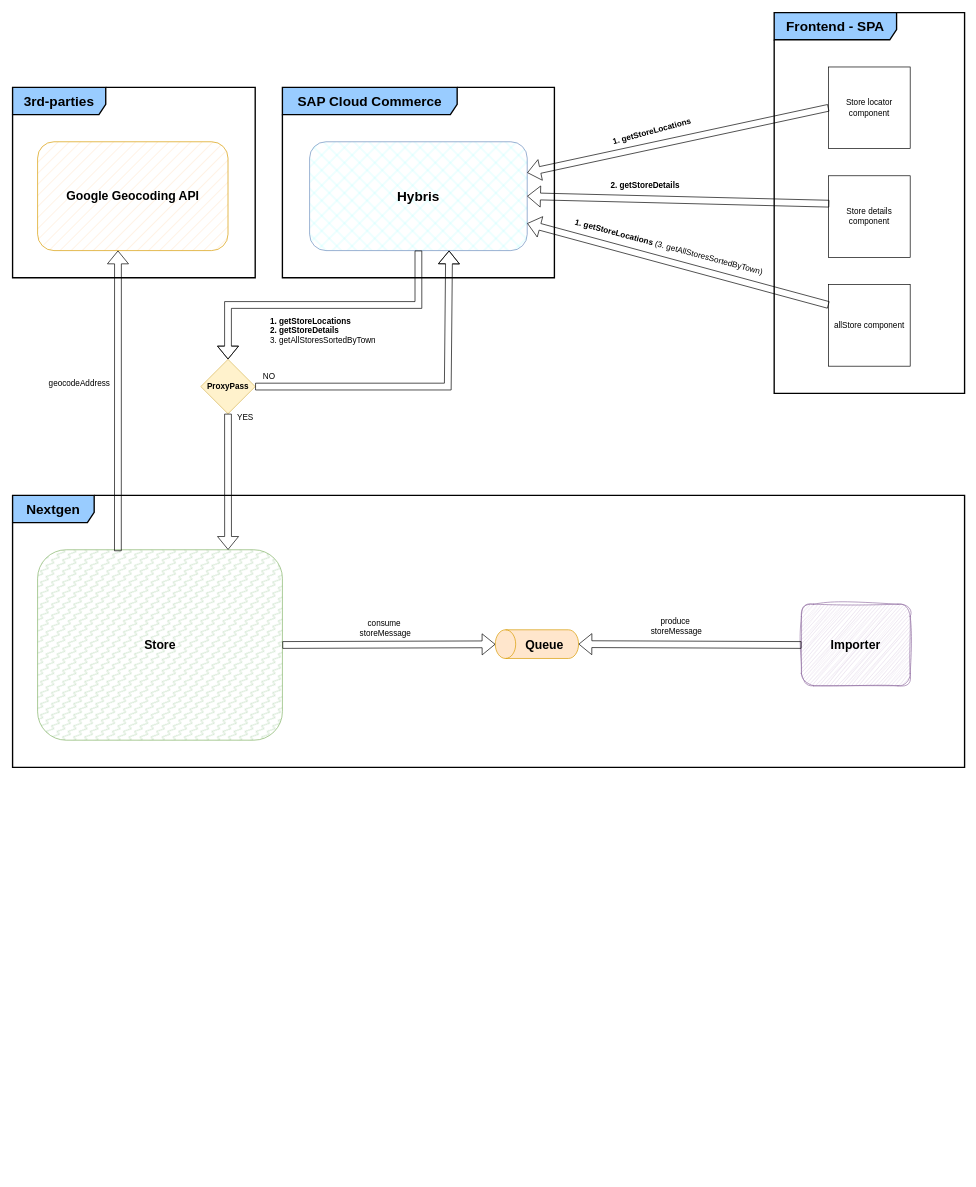
This is graphs/store-macroservice.drawio from d-figuccia/draw-io, a draw.io file, before an edit. Source tidied: cells renumbered, new cells numbered last; positions are measured from the earlier drawing's top-left corner, leaving out a move shared by most shapes. Both pictures are drawn from the tidied source at 68%, with x=0, y=0 at pixel (12, 12).
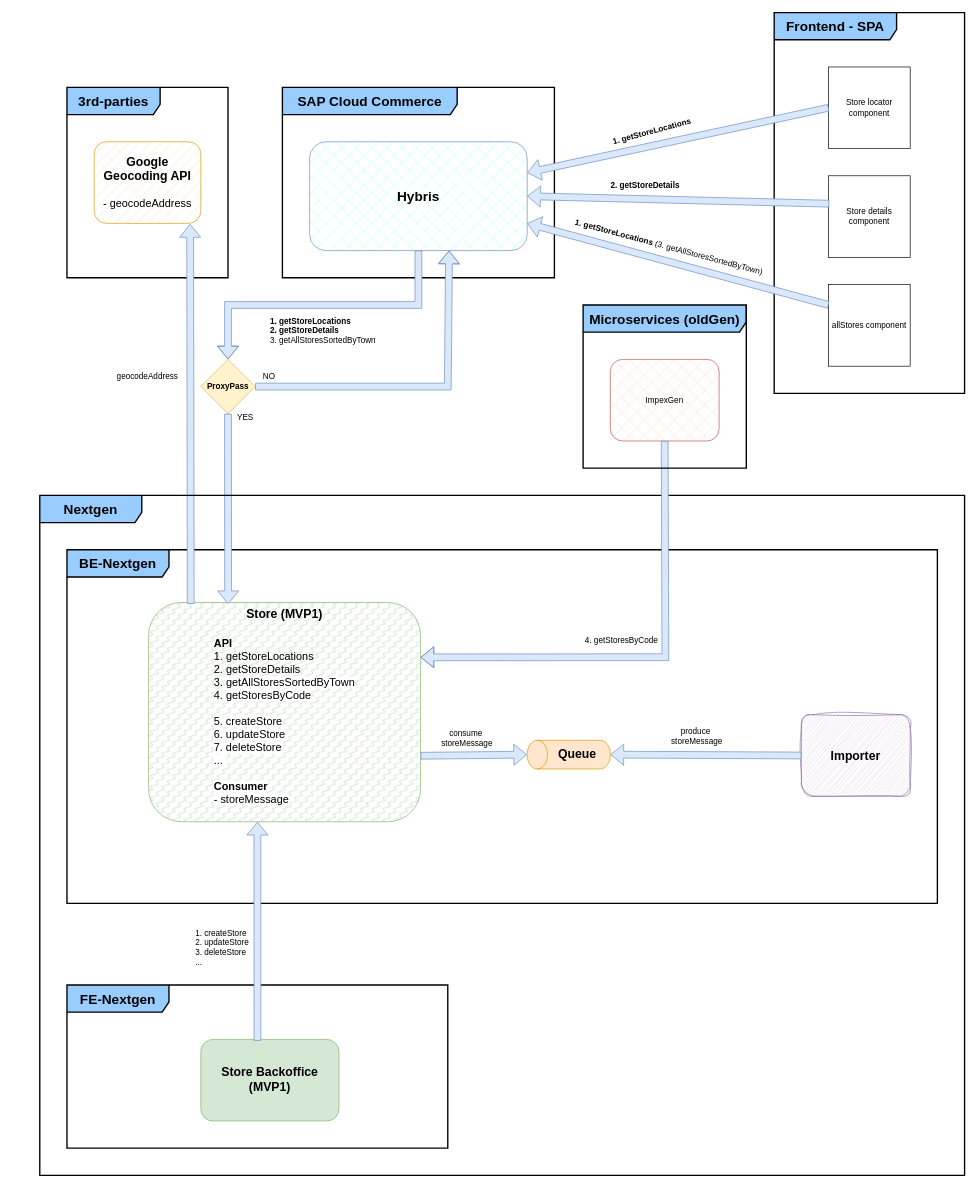
After the change.

Unchanged cells that the change refers to:
```xml
<mxCell id="14" value="&lt;font style=&quot;font-size: 20px;&quot;&gt;Hybris&lt;/font&gt;" style="rounded=1;whiteSpace=wrap;html=1;fillStyle=cross-hatch;fillColor=#99FFFF;strokeColor=#6c8ebf;fontSize=18;fontStyle=1;verticalAlign=middle;" parent="1" vertex="1">
  <mxGeometry x="436.8" y="190" width="320" height="160" as="geometry" />
</mxCell>
<mxCell id="17" value="&lt;b&gt;ProxyPass&lt;/b&gt;" style="rhombus;whiteSpace=wrap;html=1;fillColor=#fff2cc;strokeColor=#d6b656;fillStyle=solid;" parent="1" vertex="1">
  <mxGeometry x="276.8" y="510" width="80" height="80" as="geometry" />
</mxCell>
<mxCell id="22" value="Store locator component" style="whiteSpace=wrap;html=1;" parent="1" vertex="1">
  <mxGeometry x="1200" y="80" width="120" height="120" as="geometry" />
</mxCell>
<mxCell id="24" value="Store details component" style="whiteSpace=wrap;html=1;" parent="1" vertex="1">
  <mxGeometry x="1200" y="240" width="120" height="120" as="geometry" />
</mxCell>
```

What changed in the source:
```diff
@@
     <mxCell id="2" value="&lt;span style=&quot;font-size: 18px; font-weight: 700; text-align: left;&quot;&gt;Importer&lt;/span&gt;" style="rounded=1;whiteSpace=wrap;html=1;sketch=1;curveFitting=1;jiggle=2;glass=0;shadow=0;fillColor=#e1d5e7;strokeColor=#9673a6;" parent="1" vertex="1">
-      <mxGeometry x="1160" y="870" width="160" height="120" as="geometry" />
+      <mxGeometry x="1160" y="1032.5" width="160" height="120" as="geometry" />
     </mxCell>
     <mxCell id="3" value="&lt;div style=&quot;text-align: left;&quot;&gt;&lt;br&gt;&lt;/div&gt;" style="shape=cylinder3;whiteSpace=wrap;html=1;boundedLbl=1;backgroundOutline=1;size=15;rotation=-90;fillColor=#ffe6cc;fillStyle=solid;strokeColor=#d79b00;" parent="1" vertex="1">
-      <mxGeometry x="750" y="867.5" width="42.2" height="122.5" as="geometry" />
+      <mxGeometry x="796.8" y="1030" width="42.2" height="122.5" as="geometry" />
     </mxCell>
     <mxCell id="4" value="&lt;span style=&quot;font-size: 18px; font-weight: 700; text-align: left; text-wrap: wrap;&quot;&gt;Queue&lt;/span&gt;" style="text;html=1;align=center;verticalAlign=middle;strokeColor=none;fillColor=none;" parent="1" vertex="1">
-      <mxGeometry x="741.8" y="910" width="80" height="40" as="geometry" />
+      <mxGeometry x="790" y="1071.2" width="80" height="40" as="geometry" />
     </mxCell>
-    <mxCell id="5" style="shape=flexArrow;endArrow=classic;html=1;rounded=0;exitX=0;exitY=0.5;exitDx=0;exitDy=0;entryX=0.5;entryY=1;entryDx=0;entryDy=0;entryPerimeter=0;" parent="1" edge="1" source="2" target="3">
+    <mxCell id="5" style="shape=flexArrow;endArrow=classic;html=1;rounded=0;exitX=0;exitY=0.5;exitDx=0;exitDy=0;entryX=0.5;entryY=1;entryDx=0;entryDy=0;entryPerimeter=0;fillColor=#dae8fc;strokeColor=#6c8ebf;" parent="1" edge="1" source="2" target="3">
       <mxGeometry relative="1" as="geometry" />
     </mxCell>
@@
-    <mxCell id="7" value="&lt;span style=&quot;font-size: 18px; font-weight: 700; text-align: left;&quot;&gt;Store&lt;/span&gt;" style="rounded=1;whiteSpace=wrap;html=1;glass=0;shadow=0;fillColor=#d5e8d4;strokeColor=#82b366;fillStyle=zigzag;" parent="1" vertex="1">
-      <mxGeometry x="36.8" y="790" width="360" height="280" as="geometry" />
+    <mxCell id="7" value="&lt;span style=&quot;font-size: 18px; font-weight: 700; text-align: left;&quot;&gt;Store (MVP1)&lt;/span&gt;&lt;div&gt;&lt;span style=&quot;font-size: 18px; font-weight: 700; text-align: left;&quot;&gt;&lt;br&gt;&lt;/span&gt;&lt;/div&gt;&lt;div style=&quot;text-align: left; font-size: 16px;&quot;&gt;&lt;font style=&quot;font-size: 16px;&quot;&gt;&lt;b&gt;API&lt;/b&gt;&lt;/font&gt;&lt;/div&gt;&lt;div style=&quot;text-align: left; font-size: 16px;&quot;&gt;&lt;font style=&quot;font-size: 16px;&quot;&gt;1.&amp;nbsp;&lt;span style=&quot;background-color: initial; text-align: center; text-wrap: nowrap;&quot;&gt;getStoreLocations&lt;/span&gt;&lt;/font&gt;&lt;/div&gt;&lt;div style=&quot;text-align: left; font-size: 16px;&quot;&gt;&lt;font style=&quot;font-size: 16px;&quot;&gt;&lt;span style=&quot;&quot;&gt;2.&amp;nbsp;&lt;/span&gt;&lt;span style=&quot;background-color: initial; text-align: center; text-wrap: nowrap;&quot;&gt;getStoreDetails&lt;/span&gt;&lt;/font&gt;&lt;/div&gt;&lt;div style=&quot;text-align: left; font-size: 16px;&quot;&gt;&lt;font style=&quot;font-size: 16px;&quot;&gt;3.&amp;nbsp;&lt;span style=&quot;background-color: rgb(255, 255, 255); text-wrap: nowrap; text-align: center;&quot;&gt;getAllStoresSortedByTown&lt;/span&gt;&lt;/font&gt;&lt;/div&gt;&lt;div style=&quot;text-align: left; font-size: 16px;&quot;&gt;&lt;font style=&quot;font-size: 16px;&quot;&gt;&lt;span style=&quot;background-color: rgb(255, 255, 255); text-wrap: nowrap; text-align: center;&quot;&gt;4.&amp;nbsp;&lt;/span&gt;&lt;/font&gt;&lt;span style=&quot;background-color: rgb(255, 255, 255); text-wrap: nowrap; text-align: center;&quot;&gt;getStoresByCode&lt;/span&gt;&lt;/div&gt;&lt;div style=&quot;text-align: left; font-size: 16px;&quot;&gt;&lt;font style=&quot;font-size: 16px;&quot;&gt;&lt;span style=&quot;background-color: rgb(255, 255, 255); text-wrap: nowrap; text-align: center;&quot;&gt;&lt;br&gt;&lt;/span&gt;&lt;/font&gt;&lt;/div&gt;&lt;div style=&quot;text-align: left; font-size: 16px;&quot;&gt;&lt;font style=&quot;font-size: 16px;&quot;&gt;&lt;span style=&quot;background-color: rgb(255, 255, 255); text-wrap: nowrap; text-align: center;&quot;&gt;5. createStore&lt;/span&gt;&lt;/font&gt;&lt;/div&gt;&lt;div style=&quot;text-align: left; font-size: 16px;&quot;&gt;&lt;font style=&quot;font-size: 16px;&quot;&gt;&lt;span style=&quot;background-color: rgb(255, 255, 255); text-wrap: nowrap; text-align: center;&quot;&gt;6. updateStore&lt;/span&gt;&lt;/font&gt;&lt;/div&gt;&lt;div style=&quot;text-align: left; font-size: 16px;&quot;&gt;&lt;font style=&quot;font-size: 16px;&quot;&gt;&lt;span style=&quot;background-color: rgb(255, 255, 255); text-wrap: nowrap; text-align: center;&quot;&gt;7. deleteStore&lt;/span&gt;&lt;/font&gt;&lt;/div&gt;&lt;div style=&quot;text-align: left; font-size: 16px;&quot;&gt;&lt;font style=&quot;font-size: 16px;&quot;&gt;&lt;span style=&quot;background-color: rgb(255, 255, 255); text-wrap: nowrap; text-align: center;&quot;&gt;...&lt;/span&gt;&lt;/font&gt;&lt;span style=&quot;background-color: rgb(255, 255, 255); text-align: center; text-wrap: nowrap;&quot;&gt;&amp;nbsp;&lt;/span&gt;&lt;/div&gt;&lt;div style=&quot;text-align: left; font-size: 16px;&quot;&gt;&lt;font style=&quot;font-size: 16px;&quot;&gt;&lt;span style=&quot;background-color: rgb(255, 255, 255); text-wrap: nowrap; text-align: center;&quot;&gt;&lt;br&gt;&lt;/span&gt;&lt;/font&gt;&lt;/div&gt;&lt;div style=&quot;text-align: left; font-size: 16px;&quot;&gt;&lt;font style=&quot;font-size: 16px;&quot;&gt;&lt;span style=&quot;background-color: rgb(255, 255, 255); text-wrap: nowrap; text-align: center;&quot;&gt;&lt;b&gt;Consumer&lt;/b&gt;&lt;/span&gt;&lt;/font&gt;&lt;/div&gt;&lt;div style=&quot;text-align: left; font-size: 16px;&quot;&gt;&lt;font style=&quot;font-size: 16px;&quot;&gt;&lt;span style=&quot;background-color: rgb(255, 255, 255); text-wrap: nowrap; text-align: center;&quot;&gt;- storeMessage&lt;/span&gt;&lt;/font&gt;&lt;/div&gt;" style="rounded=1;whiteSpace=wrap;html=1;glass=0;shadow=0;fillColor=#d5e8d4;strokeColor=#82b366;fillStyle=zigzag;verticalAlign=top;" parent="1" vertex="1">
+      <mxGeometry x="200" y="867.5" width="400" height="322.5" as="geometry" />
     </mxCell>
-    <mxCell id="8" style="shape=flexArrow;endArrow=classic;html=1;rounded=0;exitX=1;exitY=0.5;exitDx=0;exitDy=0;" parent="1" edge="1" source="7">
-      <mxGeometry relative="1" as="geometry">
-        <mxPoint x="710" y="929" as="targetPoint" />
-      </mxGeometry>
+    <mxCell id="8" style="shape=flexArrow;endArrow=classic;html=1;rounded=0;entryX=0.5;entryY=0;entryDx=0;entryDy=0;entryPerimeter=0;fillColor=#dae8fc;strokeColor=#6c8ebf;exitX=1;exitY=0.699;exitDx=0;exitDy=0;exitPerimeter=0;" parent="1" edge="1" source="7" target="3">
+      <mxGeometry relative="1" as="geometry" />
     </mxCell>
     <mxCell id="9" value="consume&amp;nbsp;&lt;div style=&quot;font-size: 12px;&quot;&gt;storeMessage&lt;/div&gt;" style="edgeLabel;html=1;align=center;verticalAlign=middle;fontSize=12;" parent="1" vertex="1">
-      <mxGeometry x="580" y="870" as="geometry">
+      <mxGeometry x="700" y="1032.5" as="geometry">
         <mxPoint x="-33" y="34" as="offset" />
       </mxGeometry>
     </mxCell>
-    <mxCell id="10" value="&lt;font style=&quot;font-size: 18px;&quot;&gt;&lt;b&gt;Google Geocoding API&lt;/b&gt;&lt;/font&gt;" style="rounded=1;whiteSpace=wrap;html=1;fillColor=#ffe6cc;strokeColor=#d79b00;fillStyle=hatch;" parent="1" vertex="1">
-      <mxGeometry x="36.8" y="190" width="280" height="160" as="geometry" />
+    <mxCell id="10" value="&lt;font style=&quot;font-size: 18px;&quot;&gt;&lt;b&gt;Google Geocoding API&lt;/b&gt;&lt;/font&gt;&lt;div&gt;&lt;font size=&quot;1&quot; style=&quot;&quot;&gt;&lt;span style=&quot;font-size: 16px;&quot;&gt;&amp;nbsp;&lt;/span&gt;&lt;/font&gt;&lt;/div&gt;&lt;div&gt;&lt;font size=&quot;1&quot; style=&quot;&quot;&gt;&lt;span style=&quot;font-size: 16px;&quot;&gt;- geocodeAddress&lt;/span&gt;&lt;/font&gt;&lt;/div&gt;" style="rounded=1;whiteSpace=wrap;html=1;fillColor=#ffe6cc;strokeColor=#d79b00;fillStyle=hatch;" parent="1" vertex="1">
+      <mxGeometry x="120" y="190" width="156.8" height="120" as="geometry" />
     </mxCell>
-    <mxCell id="11" value="Nextgen" style="shape=umlFrame;whiteSpace=wrap;html=1;width=120;height=40;strokeWidth=2;fillColor=#99CCFF;fontStyle=1;fontSize=20;" parent="1" vertex="1">
-      <mxGeometry y="710" width="1400" height="400" as="geometry" />
+    <mxCell id="11" value="BE-Nextgen" style="shape=umlFrame;whiteSpace=wrap;html=1;width=150;height=40;strokeWidth=2;fillColor=#99CCFF;fontStyle=1;fontSize=20;" parent="1" vertex="1">
+      <mxGeometry x="80" y="790" width="1280" height="520" as="geometry" />
     </mxCell>
     <mxCell id="12" value="3rd-parties" style="shape=umlFrame;whiteSpace=wrap;html=1;width=137;height=40;strokeWidth=2;fillColor=#99CCFF;fontStyle=1;fontSize=20;" parent="1" vertex="1">
-      <mxGeometry y="110" width="356.8" height="280" as="geometry" />
+      <mxGeometry x="80" y="110" width="236.8" height="280" as="geometry" />
     </mxCell>
@@
-    <mxCell id="15" style="shape=flexArrow;endArrow=classic;html=1;rounded=0;exitX=0.328;exitY=0.007;exitDx=0;exitDy=0;exitPerimeter=0;" parent="1" edge="1" source="7">
-      <mxGeometry relative="1" as="geometry">
-        <mxPoint x="155" y="350" as="targetPoint" />
-      </mxGeometry>
+    <mxCell id="15" style="shape=flexArrow;endArrow=classic;html=1;rounded=0;entryX=0.9;entryY=1.008;entryDx=0;entryDy=0;entryPerimeter=0;exitX=0.155;exitY=0.006;exitDx=0;exitDy=0;exitPerimeter=0;fillColor=#dae8fc;strokeColor=#6c8ebf;" parent="1" edge="1" source="7" target="10">
+      <mxGeometry relative="1" as="geometry" />
     </mxCell>
     <mxCell id="16" value="geocodeAddress" style="edgeLabel;html=1;align=center;verticalAlign=middle;fontSize=12;" parent="1" vertex="1">
-      <mxGeometry x="130" y="510" as="geometry">
+      <mxGeometry x="230" y="500" as="geometry">
         <mxPoint x="-33" y="34" as="offset" />
       </mxGeometry>
     </mxCell>
@@
-    <mxCell id="18" style="shape=flexArrow;endArrow=classic;html=1;rounded=0;exitX=0.5;exitY=1;exitDx=0;exitDy=0;entryX=0.5;entryY=0;entryDx=0;entryDy=0;" parent="1" edge="1" source="14" target="17">
+    <mxCell id="18" style="shape=flexArrow;endArrow=classic;html=1;rounded=0;exitX=0.5;exitY=1;exitDx=0;exitDy=0;entryX=0.5;entryY=0;entryDx=0;entryDy=0;fillColor=#dae8fc;strokeColor=#6c8ebf;" parent="1" edge="1" source="14" target="17">
       <mxGeometry relative="1" as="geometry">
         <Array as="points">
           <mxPoint x="596.8" y="430" />
           <mxPoint x="316.8" y="430" />
         </Array>
       </mxGeometry>
     </mxCell>
@@
-    <mxCell id="25" value="allStore component" style="whiteSpace=wrap;html=1;" parent="1" vertex="1">
+    <mxCell id="25" value="allStores component" style="whiteSpace=wrap;html=1;" parent="1" vertex="1">
       <mxGeometry x="1200" y="400" width="120" height="120" as="geometry" />
     </mxCell>
-    <mxCell id="26" style="shape=flexArrow;endArrow=classic;html=1;rounded=0;exitX=0;exitY=0.5;exitDx=0;exitDy=0;" parent="1" edge="1" source="22" target="14">
+    <mxCell id="26" style="shape=flexArrow;endArrow=classic;html=1;rounded=0;exitX=0;exitY=0.5;exitDx=0;exitDy=0;fillColor=#dae8fc;strokeColor=#6c8ebf;" parent="1" edge="1" source="22" target="14">
       <mxGeometry relative="1" as="geometry" />
     </mxCell>
-    <mxCell id="27" style="shape=flexArrow;endArrow=classic;html=1;rounded=0;exitX=0.008;exitY=0.342;exitDx=0;exitDy=0;entryX=1;entryY=0.5;entryDx=0;entryDy=0;exitPerimeter=0;" parent="1" edge="1" source="24" target="14">
+    <mxCell id="27" style="shape=flexArrow;endArrow=classic;html=1;rounded=0;exitX=0.008;exitY=0.342;exitDx=0;exitDy=0;entryX=1;entryY=0.5;entryDx=0;entryDy=0;exitPerimeter=0;fillColor=#dae8fc;strokeColor=#6c8ebf;" parent="1" edge="1" source="24" target="14">
       <mxGeometry relative="1" as="geometry" />
     </mxCell>
-    <mxCell id="28" style="shape=flexArrow;endArrow=classic;html=1;rounded=0;exitX=0;exitY=0.25;exitDx=0;exitDy=0;entryX=1;entryY=0.75;entryDx=0;entryDy=0;" parent="1" edge="1" source="25" target="14">
+    <mxCell id="28" style="shape=flexArrow;endArrow=classic;html=1;rounded=0;exitX=0;exitY=0.25;exitDx=0;exitDy=0;entryX=1;entryY=0.75;entryDx=0;entryDy=0;fillColor=#dae8fc;strokeColor=#6c8ebf;" parent="1" edge="1" source="25" target="14">
       <mxGeometry relative="1" as="geometry" />
     </mxCell>
@@
-    <mxCell id="32" style="shape=flexArrow;endArrow=classic;html=1;rounded=0;exitX=1;exitY=0.5;exitDx=0;exitDy=0;entryX=0.641;entryY=1;entryDx=0;entryDy=0;entryPerimeter=0;" parent="1" edge="1" source="17" target="14">
+    <mxCell id="32" style="shape=flexArrow;endArrow=classic;html=1;rounded=0;exitX=1;exitY=0.5;exitDx=0;exitDy=0;entryX=0.641;entryY=1;entryDx=0;entryDy=0;entryPerimeter=0;fillColor=#dae8fc;strokeColor=#6c8ebf;" parent="1" edge="1" source="17" target="14">
       <mxGeometry relative="1" as="geometry">
         <Array as="points">
           <mxPoint x="640" y="550" />
         </Array>
       </mxGeometry>
     </mxCell>
-    <mxCell id="33" style="shape=flexArrow;endArrow=classic;html=1;rounded=0;exitX=0.5;exitY=1;exitDx=0;exitDy=0;entryX=0.778;entryY=0;entryDx=0;entryDy=0;entryPerimeter=0;" parent="1" edge="1" source="17" target="7">
-      <mxGeometry relative="1" as="geometry" />
+    <mxCell id="33" style="shape=flexArrow;endArrow=classic;html=1;rounded=0;exitX=0.5;exitY=1;exitDx=0;exitDy=0;fillColor=#dae8fc;strokeColor=#6c8ebf;" parent="1" edge="1" source="17">
+      <mxGeometry relative="1" as="geometry">
+        <mxPoint x="317" y="870" as="targetPoint" />
+      </mxGeometry>
     </mxCell>
+    <mxCell id="34" value="FE-Nextgen" style="shape=umlFrame;whiteSpace=wrap;html=1;width=150;height=40;strokeWidth=2;fillColor=#99CCFF;fontStyle=1;fontSize=20;" parent="1" vertex="1">
+      <mxGeometry x="80" y="1430" width="560" height="240" as="geometry" />
+    </mxCell>
+    <mxCell id="35" value="Nextgen" style="shape=umlFrame;whiteSpace=wrap;html=1;width=150;height=40;strokeWidth=2;fillColor=#99CCFF;fontStyle=1;fontSize=20;" parent="1" vertex="1">
+      <mxGeometry x="40" y="710" width="1360" height="1000" as="geometry" />
+    </mxCell>
+    <mxCell id="36" value="&lt;span style=&quot;font-size: 18px; font-weight: 700; text-align: left;&quot;&gt;Store Backoffice (MVP1)&lt;/span&gt;" style="rounded=1;whiteSpace=wrap;html=1;fillColor=#d5e8d4;strokeColor=#82b366;" parent="1" vertex="1">
+      <mxGeometry x="276.8" y="1510" width="203.2" height="120" as="geometry" />
+    </mxCell>
+    <mxCell id="37" style="shape=flexArrow;endArrow=classic;html=1;rounded=0;entryX=0.4;entryY=1;entryDx=0;entryDy=0;entryPerimeter=0;exitX=0.41;exitY=0.017;exitDx=0;exitDy=0;exitPerimeter=0;fillColor=#dae8fc;strokeColor=#6c8ebf;" parent="1" edge="1" source="36" target="7">
+      <mxGeometry relative="1" as="geometry" />
+    </mxCell>
+    <mxCell id="38" value="&lt;font style=&quot;font-size: 12px;&quot;&gt;&lt;span style=&quot;background-color: rgb(255, 255, 255);&quot;&gt;1.&amp;nbsp;&lt;/span&gt;&lt;span style=&quot;text-align: center; background-color: rgb(255, 255, 255);&quot;&gt;createStore&lt;/span&gt;&lt;/font&gt;&lt;div style=&quot;&quot;&gt;&lt;font style=&quot;font-size: 12px;&quot;&gt;2.&amp;nbsp;&lt;span style=&quot;background-color: rgb(255, 255, 255); text-align: center;&quot;&gt;updateStore&lt;/span&gt;&lt;/font&gt;&lt;/div&gt;&lt;div style=&quot;&quot;&gt;&lt;font style=&quot;font-size: 12px;&quot;&gt;&lt;span style=&quot;background-color: rgb(255, 255, 255);&quot;&gt;3.&amp;nbsp;&lt;/span&gt;&lt;span style=&quot;background-color: rgb(255, 255, 255); text-align: center;&quot;&gt;deleteStore&lt;/span&gt;&lt;/font&gt;&lt;/div&gt;&lt;div style=&quot;&quot;&gt;&lt;font style=&quot;font-size: 12px;&quot;&gt;&lt;span style=&quot;background-color: rgb(255, 255, 255); text-align: center;&quot;&gt;...&lt;/span&gt;&lt;/font&gt;&lt;/div&gt;" style="text;html=1;align=left;verticalAlign=middle;strokeColor=none;fillColor=none;" parent="1" vertex="1">
+      <mxGeometry x="266.8" y="1340" width="100" height="70" as="geometry" />
+    </mxCell>
+    <mxCell id="39" value="ImpexGen" style="rounded=1;whiteSpace=wrap;html=1;fillColor=#f8cecc;strokeColor=#b85450;fillStyle=cross-hatch;" parent="1" vertex="1">
+      <mxGeometry x="879" y="510" width="160" height="120" as="geometry" />
+    </mxCell>
+    <mxCell id="40" style="shape=flexArrow;endArrow=classic;html=1;rounded=0;fillColor=#dae8fc;strokeColor=#6c8ebf;entryX=1;entryY=0.25;entryDx=0;entryDy=0;exitX=0.5;exitY=1;exitDx=0;exitDy=0;" parent="1" edge="1" source="39" target="7">
+      <mxGeometry relative="1" as="geometry">
+        <Array as="points">
+          <mxPoint x="960" y="948" />
+        </Array>
+      </mxGeometry>
+    </mxCell>
+    <mxCell id="41" value="&lt;font style=&quot;font-size: 12px;&quot;&gt;&lt;span style=&quot;forced-color-adjust: none; color: rgb(0, 0, 0); font-family: Helvetica; font-style: normal; font-variant-ligatures: normal; font-variant-caps: normal; letter-spacing: normal; orphans: 2; text-align: center; text-indent: 0px; text-transform: none; widows: 2; word-spacing: 0px; -webkit-text-stroke-width: 0px; white-space: nowrap; background-color: rgb(251, 251, 251); text-decoration-thickness: initial; text-decoration-style: initial; text-decoration-color: initial;&quot;&gt;4.&amp;nbsp;&lt;/span&gt;&lt;span style=&quot;text-align: center; text-wrap: nowrap; background-color: rgb(255, 255, 255);&quot;&gt;getStoresByCode&lt;/span&gt;&lt;/font&gt;" style="text;whiteSpace=wrap;html=1;" parent="1" vertex="1">
+      <mxGeometry x="840" y="910" width="123.2" height="20" as="geometry" />
+    </mxCell>
+    <mxCell id="42" value="Microservices (oldGen)" style="shape=umlFrame;whiteSpace=wrap;html=1;width=250;height=40;strokeWidth=2;fillColor=#99CCFF;fontStyle=1;fontSize=20;" parent="1" vertex="1">
+      <mxGeometry x="839" y="430" width="240" height="240" as="geometry" />
+    </mxCell>
```
